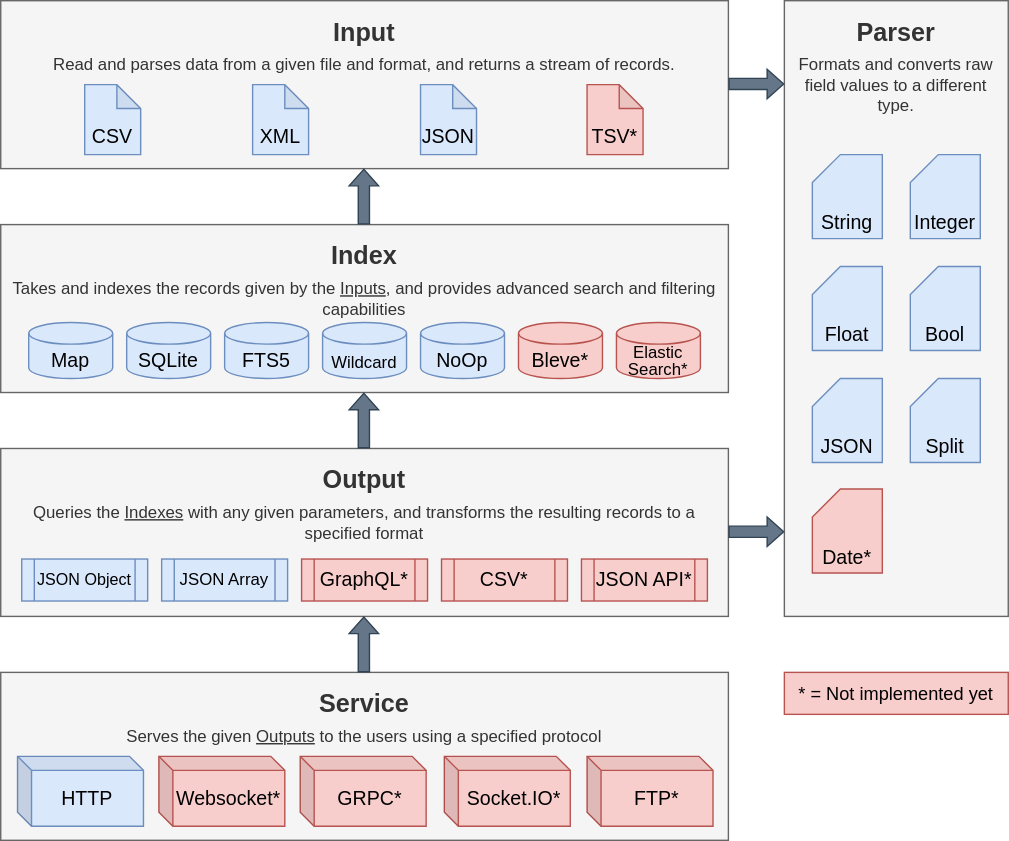
Before: docs/_includes/architecture.svg, a diagram exported from draw.io (rodb-io/rodb). Source tidied: cells renumbered, new cells last; positions are measured from the earlier drawing's top-left corner, leaving out a move shared by most shapes. Source of this version:
```xml
<mxGraphModel>
  <root>
    <mxCell id="0" />
    <mxCell id="1" parent="0" />
    <mxCell id="2" value="&lt;b&gt;&lt;font style=&quot;line-height: 2&quot;&gt;&lt;font style=&quot;font-size: 18px ; line-height: 1.8&quot;&gt;Input&lt;/font&gt;&lt;br&gt;&lt;/font&gt;&lt;/b&gt;Read and parses data from a given file and format, and returns a stream of records." style="rounded=0;whiteSpace=wrap;html=1;verticalAlign=top;fillColor=#f5f5f5;fontColor=#333333;strokeColor=#666666;" parent="1" vertex="1">
      <mxGeometry width="520" height="120" as="geometry" />
    </mxCell>
    <mxCell id="3" value="&lt;b&gt;&lt;font style=&quot;font-size: 18px ; line-height: 1.8&quot;&gt;Parser&lt;/font&gt;&lt;/b&gt;&lt;br&gt;Formats and converts raw field values to a different type.&lt;br&gt;" style="rounded=0;whiteSpace=wrap;html=1;verticalAlign=top;fillColor=#f5f5f5;fontColor=#333333;strokeColor=#666666;" parent="1" vertex="1">
      <mxGeometry x="560" width="160" height="440" as="geometry" />
    </mxCell>
    <mxCell id="4" value="&lt;b&gt;&lt;font style=&quot;font-size: 18px ; line-height: 1.8&quot;&gt;Index&lt;/font&gt;&lt;/b&gt;&lt;br&gt;Takes and indexes the records given by the &lt;u&gt;Inputs&lt;/u&gt;, and provides advanced search and filtering capabilities" style="rounded=0;whiteSpace=wrap;html=1;verticalAlign=top;fillColor=#f5f5f5;fontColor=#333333;strokeColor=#666666;" parent="1" vertex="1">
      <mxGeometry y="160" width="520" height="120" as="geometry" />
    </mxCell>
    <mxCell id="5" value="&lt;b style=&quot;line-height: 1.8&quot;&gt;&lt;font style=&quot;font-size: 18px&quot;&gt;Service&lt;/font&gt;&lt;/b&gt;&lt;br&gt;Serves the given &lt;u&gt;Outputs&lt;/u&gt; to the users using a specified protocol" style="rounded=0;whiteSpace=wrap;html=1;verticalAlign=top;fillColor=#f5f5f5;fontColor=#333333;strokeColor=#666666;shadow=0;" parent="1" vertex="1">
      <mxGeometry y="480" width="520" height="120" as="geometry" />
    </mxCell>
    <mxCell id="6" value="&lt;b style=&quot;line-height: 1.8&quot;&gt;&lt;font style=&quot;font-size: 18px&quot;&gt;Output&lt;/font&gt;&lt;/b&gt;&lt;br&gt;Queries the &lt;u&gt;Indexes&lt;/u&gt; with any given parameters, and transforms the resulting records to a specified&amp;nbsp;format" style="rounded=0;whiteSpace=wrap;html=1;verticalAlign=top;fillColor=#f5f5f5;fontColor=#333333;strokeColor=#666666;" parent="1" vertex="1">
      <mxGeometry y="320" width="520" height="120" as="geometry" />
    </mxCell>
    <mxCell id="7" value="&lt;font style=&quot;font-size: 14px&quot;&gt;CSV&lt;/font&gt;" style="shape=note;whiteSpace=wrap;html=1;backgroundOutline=1;darkOpacity=0.05;labelBackgroundColor=none;fontSize=18;verticalAlign=bottom;size=17;fillColor=#dae8fc;strokeColor=#6c8ebf;" parent="1" vertex="1">
      <mxGeometry x="60" y="60" width="40" height="50" as="geometry" />
    </mxCell>
    <mxCell id="8" value="&lt;font style=&quot;font-size: 14px&quot;&gt;XML&lt;/font&gt;" style="shape=note;whiteSpace=wrap;html=1;backgroundOutline=1;darkOpacity=0.05;labelBackgroundColor=none;fontSize=18;verticalAlign=bottom;size=17;fillColor=#dae8fc;strokeColor=#6c8ebf;" parent="1" vertex="1">
      <mxGeometry x="180" y="60" width="40" height="50" as="geometry" />
    </mxCell>
    <mxCell id="9" value="&lt;font style=&quot;font-size: 14px&quot;&gt;JSON&lt;/font&gt;" style="shape=note;whiteSpace=wrap;html=1;backgroundOutline=1;darkOpacity=0.05;labelBackgroundColor=none;fontSize=18;verticalAlign=bottom;size=17;fillColor=#dae8fc;strokeColor=#6c8ebf;" parent="1" vertex="1">
      <mxGeometry x="300" y="60" width="40" height="50" as="geometry" />
    </mxCell>
    <mxCell id="10" value="JSON Array" style="shape=process;whiteSpace=wrap;html=1;backgroundOutline=1;labelBackgroundColor=none;fontSize=12;verticalAlign=middle;fillColor=#dae8fc;strokeColor=#6c8ebf;" parent="1" vertex="1">
      <mxGeometry x="115" y="399" width="90" height="30" as="geometry" />
    </mxCell>
    <mxCell id="11" value="HTTP" style="shape=cube;whiteSpace=wrap;html=1;boundedLbl=1;backgroundOutline=1;darkOpacity=0.05;darkOpacity2=0.1;labelBackgroundColor=none;fontSize=14;verticalAlign=middle;size=10;fillColor=#dae8fc;strokeColor=#6c8ebf;" parent="1" vertex="1">
      <mxGeometry x="12" y="540" width="90" height="50" as="geometry" />
    </mxCell>
    <mxCell id="12" value="Map" style="shape=cylinder3;whiteSpace=wrap;html=1;boundedLbl=1;backgroundOutline=1;size=7.7099609375;labelBackgroundColor=none;fontSize=14;verticalAlign=bottom;fillColor=#dae8fc;strokeColor=#6c8ebf;" parent="1" vertex="1">
      <mxGeometry x="20" y="230" width="60" height="40" as="geometry" />
    </mxCell>
    <mxCell id="13" value="Integer" style="shape=card;whiteSpace=wrap;html=1;labelBackgroundColor=none;fontSize=14;verticalAlign=bottom;size=20;fillColor=#dae8fc;strokeColor=#6c8ebf;" parent="1" vertex="1">
      <mxGeometry x="650" y="110" width="50" height="60" as="geometry" />
    </mxCell>
    <mxCell id="14" value="Float" style="shape=card;whiteSpace=wrap;html=1;labelBackgroundColor=none;fontSize=14;verticalAlign=bottom;size=20;fillColor=#dae8fc;strokeColor=#6c8ebf;" parent="1" vertex="1">
      <mxGeometry x="580" y="190" width="50" height="60" as="geometry" />
    </mxCell>
    <mxCell id="15" value="String" style="shape=card;whiteSpace=wrap;html=1;labelBackgroundColor=none;fontSize=14;verticalAlign=bottom;size=20;fillColor=#dae8fc;strokeColor=#6c8ebf;" parent="1" vertex="1">
      <mxGeometry x="580" y="110" width="50" height="60" as="geometry" />
    </mxCell>
    <mxCell id="16" value="JSON" style="shape=card;whiteSpace=wrap;html=1;labelBackgroundColor=none;fontSize=14;verticalAlign=bottom;size=20;fillColor=#dae8fc;strokeColor=#6c8ebf;" parent="1" vertex="1">
      <mxGeometry x="580" y="270" width="50" height="60" as="geometry" />
    </mxCell>
    <mxCell id="17" value="Bool" style="shape=card;whiteSpace=wrap;html=1;labelBackgroundColor=none;fontSize=14;verticalAlign=bottom;size=20;fillColor=#dae8fc;strokeColor=#6c8ebf;" parent="1" vertex="1">
      <mxGeometry x="650" y="190" width="50" height="60" as="geometry" />
    </mxCell>
    <mxCell id="18" value="Split" style="shape=card;whiteSpace=wrap;html=1;labelBackgroundColor=none;fontSize=14;verticalAlign=bottom;size=20;fillColor=#dae8fc;strokeColor=#6c8ebf;" parent="1" vertex="1">
      <mxGeometry x="650" y="270" width="50" height="60" as="geometry" />
    </mxCell>
    <mxCell id="19" value="Date*" style="shape=card;whiteSpace=wrap;html=1;labelBackgroundColor=none;fontSize=14;verticalAlign=bottom;size=20;fillColor=#f8cecc;strokeColor=#b85450;" parent="1" vertex="1">
      <mxGeometry x="580" y="349" width="50" height="60" as="geometry" />
    </mxCell>
    <mxCell id="20" value="SQLite" style="shape=cylinder3;whiteSpace=wrap;html=1;boundedLbl=1;backgroundOutline=1;size=7.7099609375;labelBackgroundColor=none;fontSize=14;verticalAlign=bottom;fillColor=#dae8fc;strokeColor=#6c8ebf;" parent="1" vertex="1">
      <mxGeometry x="90" y="230" width="60" height="40" as="geometry" />
    </mxCell>
    <mxCell id="21" value="FTS5" style="shape=cylinder3;whiteSpace=wrap;html=1;boundedLbl=1;backgroundOutline=1;size=7.7099609375;labelBackgroundColor=none;fontSize=14;verticalAlign=bottom;fillColor=#dae8fc;strokeColor=#6c8ebf;" parent="1" vertex="1">
      <mxGeometry x="160" y="230" width="60" height="40" as="geometry" />
    </mxCell>
    <mxCell id="22" value="NoOp" style="shape=cylinder3;whiteSpace=wrap;html=1;boundedLbl=1;backgroundOutline=1;size=7.7099609375;labelBackgroundColor=none;fontSize=14;verticalAlign=bottom;fillColor=#dae8fc;strokeColor=#6c8ebf;" parent="1" vertex="1">
      <mxGeometry x="300" y="230" width="60" height="40" as="geometry" />
    </mxCell>
    <mxCell id="23" value="Wildcard" style="shape=cylinder3;whiteSpace=wrap;html=1;boundedLbl=1;backgroundOutline=1;size=7.7099609375;labelBackgroundColor=none;fontSize=12;verticalAlign=bottom;fillColor=#dae8fc;strokeColor=#6c8ebf;" parent="1" vertex="1">
      <mxGeometry x="230" y="230" width="60" height="40" as="geometry" />
    </mxCell>
    <mxCell id="24" value="Websocket*" style="shape=cube;whiteSpace=wrap;html=1;boundedLbl=1;backgroundOutline=1;darkOpacity=0.05;darkOpacity2=0.1;labelBackgroundColor=none;fontSize=14;verticalAlign=middle;size=10;fillColor=#f8cecc;strokeColor=#b85450;" parent="1" vertex="1">
      <mxGeometry x="113" y="540" width="90" height="50" as="geometry" />
    </mxCell>
    <mxCell id="25" value="GRPC*" style="shape=cube;whiteSpace=wrap;html=1;boundedLbl=1;backgroundOutline=1;darkOpacity=0.05;darkOpacity2=0.1;labelBackgroundColor=none;fontSize=14;verticalAlign=middle;size=10;fillColor=#f8cecc;strokeColor=#b85450;" parent="1" vertex="1">
      <mxGeometry x="214" y="540" width="90" height="50" as="geometry" />
    </mxCell>
    <mxCell id="26" value="JSON Object" style="shape=process;whiteSpace=wrap;html=1;backgroundOutline=1;labelBackgroundColor=none;fontSize=11.5;verticalAlign=middle;fillColor=#dae8fc;strokeColor=#6c8ebf;" parent="1" vertex="1">
      <mxGeometry x="15" y="399" width="90" height="30" as="geometry" />
    </mxCell>
    <mxCell id="27" value="Socket.IO*" style="shape=cube;whiteSpace=wrap;html=1;boundedLbl=1;backgroundOutline=1;darkOpacity=0.05;darkOpacity2=0.1;labelBackgroundColor=none;fontSize=14;verticalAlign=middle;size=10;fillColor=#f8cecc;strokeColor=#b85450;" parent="1" vertex="1">
      <mxGeometry x="317" y="540" width="90" height="50" as="geometry" />
    </mxCell>
    <mxCell id="28" value="JSON API*" style="shape=process;whiteSpace=wrap;html=1;backgroundOutline=1;labelBackgroundColor=none;fontSize=14;verticalAlign=middle;fillColor=#f8cecc;strokeColor=#b85450;" parent="1" vertex="1">
      <mxGeometry x="415" y="399" width="90" height="30" as="geometry" />
    </mxCell>
    <mxCell id="29" value="CSV*" style="shape=process;whiteSpace=wrap;html=1;backgroundOutline=1;labelBackgroundColor=none;fontSize=14;verticalAlign=top;fillColor=#f8cecc;strokeColor=#b85450;" parent="1" vertex="1">
      <mxGeometry x="315" y="399" width="90" height="30" as="geometry" />
    </mxCell>
    <mxCell id="30" value="GraphQL*" style="shape=process;whiteSpace=wrap;html=1;backgroundOutline=1;labelBackgroundColor=none;fontSize=14;verticalAlign=middle;fillColor=#f8cecc;strokeColor=#b85450;" parent="1" vertex="1">
      <mxGeometry x="215" y="399" width="90" height="30" as="geometry" />
    </mxCell>
    <mxCell id="31" value="&lt;p style=&quot;line-height: 1&quot;&gt;Elastic&lt;br style=&quot;font-size: 12px&quot;&gt;Search*&lt;/p&gt;" style="shape=cylinder3;whiteSpace=wrap;html=1;boundedLbl=1;backgroundOutline=1;size=7.7099609375;labelBackgroundColor=none;fontSize=12;verticalAlign=middle;fillColor=#f8cecc;strokeColor=#b85450;" parent="1" vertex="1">
      <mxGeometry x="440" y="230" width="60" height="40" as="geometry" />
    </mxCell>
    <mxCell id="32" value="Bleve*" style="shape=cylinder3;whiteSpace=wrap;html=1;boundedLbl=1;backgroundOutline=1;size=7.7099609375;labelBackgroundColor=none;fontSize=14;verticalAlign=bottom;fillColor=#f8cecc;strokeColor=#b85450;" parent="1" vertex="1">
      <mxGeometry x="370" y="230" width="60" height="40" as="geometry" />
    </mxCell>
    <mxCell id="33" value="&lt;font style=&quot;font-size: 14px&quot;&gt;TSV*&lt;/font&gt;" style="shape=note;whiteSpace=wrap;html=1;backgroundOutline=1;darkOpacity=0.05;labelBackgroundColor=none;fontSize=18;verticalAlign=bottom;size=17;fillColor=#f8cecc;strokeColor=#b85450;" parent="1" vertex="1">
      <mxGeometry x="419" y="60" width="40" height="50" as="geometry" />
    </mxCell>
    <mxCell id="34" value="FTP*" style="shape=cube;whiteSpace=wrap;html=1;boundedLbl=1;backgroundOutline=1;darkOpacity=0.05;darkOpacity2=0.1;labelBackgroundColor=none;fontSize=14;verticalAlign=middle;size=10;fillColor=#f8cecc;strokeColor=#b85450;" parent="1" vertex="1">
      <mxGeometry x="419" y="540" width="90" height="50" as="geometry" />
    </mxCell>
    <mxCell id="35" value="&lt;font style=&quot;font-size: 13px&quot;&gt;* = Not implemented yet&lt;/font&gt;" style="rounded=0;whiteSpace=wrap;html=1;labelBackgroundColor=none;fontSize=14;fillColor=#f8cecc;verticalAlign=middle;strokeColor=#b85450;" parent="1" vertex="1">
      <mxGeometry x="560" y="480" width="160" height="30" as="geometry" />
    </mxCell>
    <mxCell id="36" style="shape=flexArrow;endArrow=classic;html=1;rounded=0;shadow=0;sketch=0;fontSize=13;endWidth=12;endSize=3.6;width=8;fillColor=#647687;strokeColor=#314354;" parent="1" edge="1">
      <mxGeometry relative="1" as="geometry">
        <mxPoint x="259.5" y="480" as="sourcePoint" />
        <mxPoint x="259.5" y="440" as="targetPoint" />
      </mxGeometry>
    </mxCell>
    <mxCell id="37" style="shape=flexArrow;endArrow=classic;html=1;rounded=0;shadow=0;sketch=0;fontSize=13;endWidth=12;endSize=3.6;width=8;fillColor=#647687;strokeColor=#314354;" parent="1" edge="1">
      <mxGeometry relative="1" as="geometry">
        <mxPoint x="259.5" y="320" as="sourcePoint" />
        <mxPoint x="259.5" y="280" as="targetPoint" />
      </mxGeometry>
    </mxCell>
    <mxCell id="38" style="shape=flexArrow;endArrow=classic;html=1;rounded=0;shadow=0;sketch=0;fontSize=13;endWidth=12;endSize=3.6;width=8;fillColor=#647687;strokeColor=#314354;" parent="1" edge="1">
      <mxGeometry relative="1" as="geometry">
        <mxPoint x="259.5" y="160" as="sourcePoint" />
        <mxPoint x="259.5" y="120" as="targetPoint" />
      </mxGeometry>
    </mxCell>
    <mxCell id="39" style="shape=flexArrow;endArrow=classic;html=1;rounded=0;shadow=0;sketch=0;fontSize=13;endWidth=12;endSize=3.6;width=8;fillColor=#647687;strokeColor=#314354;" parent="1" edge="1">
      <mxGeometry relative="1" as="geometry">
        <mxPoint x="520" y="59.5" as="sourcePoint" />
        <mxPoint x="560" y="59.5" as="targetPoint" />
      </mxGeometry>
    </mxCell>
    <mxCell id="40" style="shape=flexArrow;endArrow=classic;html=1;rounded=0;shadow=0;sketch=0;fontSize=13;endWidth=12;endSize=3.6;width=8;fillColor=#647687;strokeColor=#314354;" parent="1" edge="1">
      <mxGeometry relative="1" as="geometry">
        <mxPoint x="520" y="379.5" as="sourcePoint" />
        <mxPoint x="560" y="379.5" as="targetPoint" />
      </mxGeometry>
    </mxCell>
  </root>
</mxGraphModel>
```
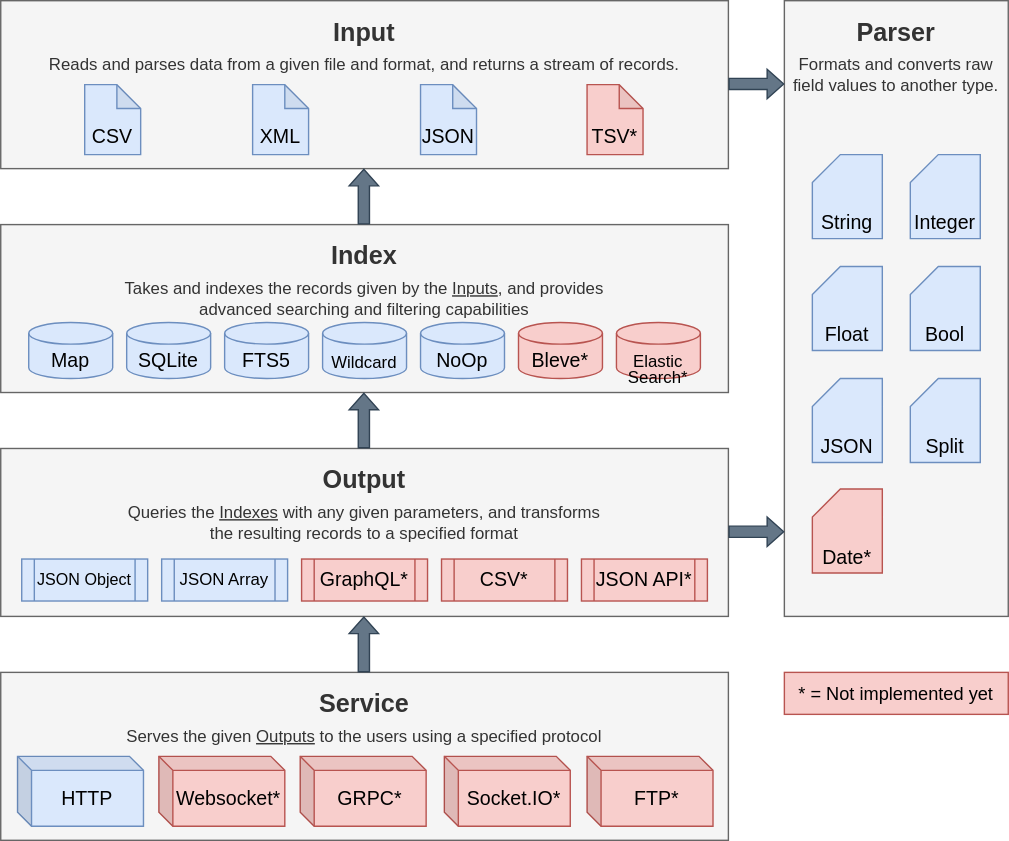
After the commit.

Commit message:
Fixing some typos in the architecture diagram

What changed in the source:
```diff
@@ -2,19 +2,19 @@
   <root>
     <mxCell id="0" />
     <mxCell id="1" parent="0" />
-    <mxCell id="2" value="&lt;b&gt;&lt;font style=&quot;line-height: 2&quot;&gt;&lt;font style=&quot;font-size: 18px ; line-height: 1.8&quot;&gt;Input&lt;/font&gt;&lt;br&gt;&lt;/font&gt;&lt;/b&gt;Read and parses data from a given file and format, and returns a stream of records." style="rounded=0;whiteSpace=wrap;html=1;verticalAlign=top;fillColor=#f5f5f5;fontColor=#333333;strokeColor=#666666;" parent="1" vertex="1">
+    <mxCell id="2" value="&lt;b&gt;&lt;font style=&quot;line-height: 2&quot;&gt;&lt;font style=&quot;font-size: 18px ; line-height: 1.8&quot;&gt;Input&lt;/font&gt;&lt;br&gt;&lt;/font&gt;&lt;/b&gt;Reads and parses data from a given file and format, and returns a stream of records." style="rounded=0;whiteSpace=wrap;html=1;verticalAlign=top;fillColor=#f5f5f5;fontColor=#333333;strokeColor=#666666;" parent="1" vertex="1">
       <mxGeometry width="520" height="120" as="geometry" />
     </mxCell>
-    <mxCell id="3" value="&lt;b&gt;&lt;font style=&quot;font-size: 18px ; line-height: 1.8&quot;&gt;Parser&lt;/font&gt;&lt;/b&gt;&lt;br&gt;Formats and converts raw field values to a different type.&lt;br&gt;" style="rounded=0;whiteSpace=wrap;html=1;verticalAlign=top;fillColor=#f5f5f5;fontColor=#333333;strokeColor=#666666;" parent="1" vertex="1">
+    <mxCell id="3" value="&lt;b&gt;&lt;font style=&quot;font-size: 18px ; line-height: 1.8&quot;&gt;Parser&lt;/font&gt;&lt;/b&gt;&lt;br&gt;Formats and converts raw field values to another type." style="rounded=0;whiteSpace=wrap;html=1;verticalAlign=top;fillColor=#f5f5f5;fontColor=#333333;strokeColor=#666666;" parent="1" vertex="1">
       <mxGeometry x="560" width="160" height="440" as="geometry" />
     </mxCell>
-    <mxCell id="4" value="&lt;b&gt;&lt;font style=&quot;font-size: 18px ; line-height: 1.8&quot;&gt;Index&lt;/font&gt;&lt;/b&gt;&lt;br&gt;Takes and indexes the records given by the &lt;u&gt;Inputs&lt;/u&gt;, and provides advanced search and filtering capabilities" style="rounded=0;whiteSpace=wrap;html=1;verticalAlign=top;fillColor=#f5f5f5;fontColor=#333333;strokeColor=#666666;" parent="1" vertex="1">
+    <mxCell id="4" value="&lt;b&gt;&lt;font style=&quot;font-size: 18px ; line-height: 1.8&quot;&gt;Index&lt;/font&gt;&lt;/b&gt;&lt;br&gt;Takes and indexes the records given by the &lt;u&gt;Inputs&lt;/u&gt;, and provides&lt;br&gt;advanced searching and filtering capabilities" style="rounded=0;whiteSpace=wrap;html=1;verticalAlign=top;fillColor=#f5f5f5;fontColor=#333333;strokeColor=#666666;" parent="1" vertex="1">
       <mxGeometry y="160" width="520" height="120" as="geometry" />
     </mxCell>
     <mxCell id="5" value="&lt;b style=&quot;line-height: 1.8&quot;&gt;&lt;font style=&quot;font-size: 18px&quot;&gt;Service&lt;/font&gt;&lt;/b&gt;&lt;br&gt;Serves the given &lt;u&gt;Outputs&lt;/u&gt; to the users using a specified protocol" style="rounded=0;whiteSpace=wrap;html=1;verticalAlign=top;fillColor=#f5f5f5;fontColor=#333333;strokeColor=#666666;shadow=0;" parent="1" vertex="1">
       <mxGeometry y="480" width="520" height="120" as="geometry" />
     </mxCell>
-    <mxCell id="6" value="&lt;b style=&quot;line-height: 1.8&quot;&gt;&lt;font style=&quot;font-size: 18px&quot;&gt;Output&lt;/font&gt;&lt;/b&gt;&lt;br&gt;Queries the &lt;u&gt;Indexes&lt;/u&gt; with any given parameters, and transforms the resulting records to a specified&amp;nbsp;format" style="rounded=0;whiteSpace=wrap;html=1;verticalAlign=top;fillColor=#f5f5f5;fontColor=#333333;strokeColor=#666666;" parent="1" vertex="1">
+    <mxCell id="6" value="&lt;b style=&quot;line-height: 1.8&quot;&gt;&lt;font style=&quot;font-size: 18px&quot;&gt;Output&lt;/font&gt;&lt;/b&gt;&lt;br&gt;Queries the &lt;u&gt;Indexes&lt;/u&gt; with any given parameters, and transforms&lt;br&gt;the resulting records to a specified&amp;nbsp;format" style="rounded=0;whiteSpace=wrap;html=1;verticalAlign=top;fillColor=#f5f5f5;fontColor=#333333;strokeColor=#666666;" parent="1" vertex="1">
       <mxGeometry y="320" width="520" height="120" as="geometry" />
     </mxCell>
     <mxCell id="7" value="&lt;font style=&quot;font-size: 14px&quot;&gt;CSV&lt;/font&gt;" style="shape=note;whiteSpace=wrap;html=1;backgroundOutline=1;darkOpacity=0.05;labelBackgroundColor=none;fontSize=18;verticalAlign=bottom;size=17;fillColor=#dae8fc;strokeColor=#6c8ebf;" parent="1" vertex="1">
@@ -89,7 +89,7 @@
     <mxCell id="30" value="GraphQL*" style="shape=process;whiteSpace=wrap;html=1;backgroundOutline=1;labelBackgroundColor=none;fontSize=14;verticalAlign=middle;fillColor=#f8cecc;strokeColor=#b85450;" parent="1" vertex="1">
       <mxGeometry x="215" y="399" width="90" height="30" as="geometry" />
     </mxCell>
-    <mxCell id="31" value="&lt;p style=&quot;line-height: 1&quot;&gt;Elastic&lt;br style=&quot;font-size: 12px&quot;&gt;Search*&lt;/p&gt;" style="shape=cylinder3;whiteSpace=wrap;html=1;boundedLbl=1;backgroundOutline=1;size=7.7099609375;labelBackgroundColor=none;fontSize=12;verticalAlign=middle;fillColor=#f8cecc;strokeColor=#b85450;" parent="1" vertex="1">
+    <mxCell id="31" value="&lt;p style=&quot;line-height: 1&quot;&gt;&lt;br&gt;Elastic&lt;br style=&quot;font-size: 12px&quot;&gt;Search*&lt;/p&gt;" style="shape=cylinder3;whiteSpace=wrap;html=1;boundedLbl=1;backgroundOutline=1;size=7.7099609375;labelBackgroundColor=none;fontSize=12;verticalAlign=middle;fillColor=#f8cecc;strokeColor=#b85450;" parent="1" vertex="1">
       <mxGeometry x="440" y="230" width="60" height="40" as="geometry" />
     </mxCell>
     <mxCell id="32" value="Bleve*" style="shape=cylinder3;whiteSpace=wrap;html=1;boundedLbl=1;backgroundOutline=1;size=7.7099609375;labelBackgroundColor=none;fontSize=14;verticalAlign=bottom;fillColor=#f8cecc;strokeColor=#b85450;" parent="1" vertex="1">
```
